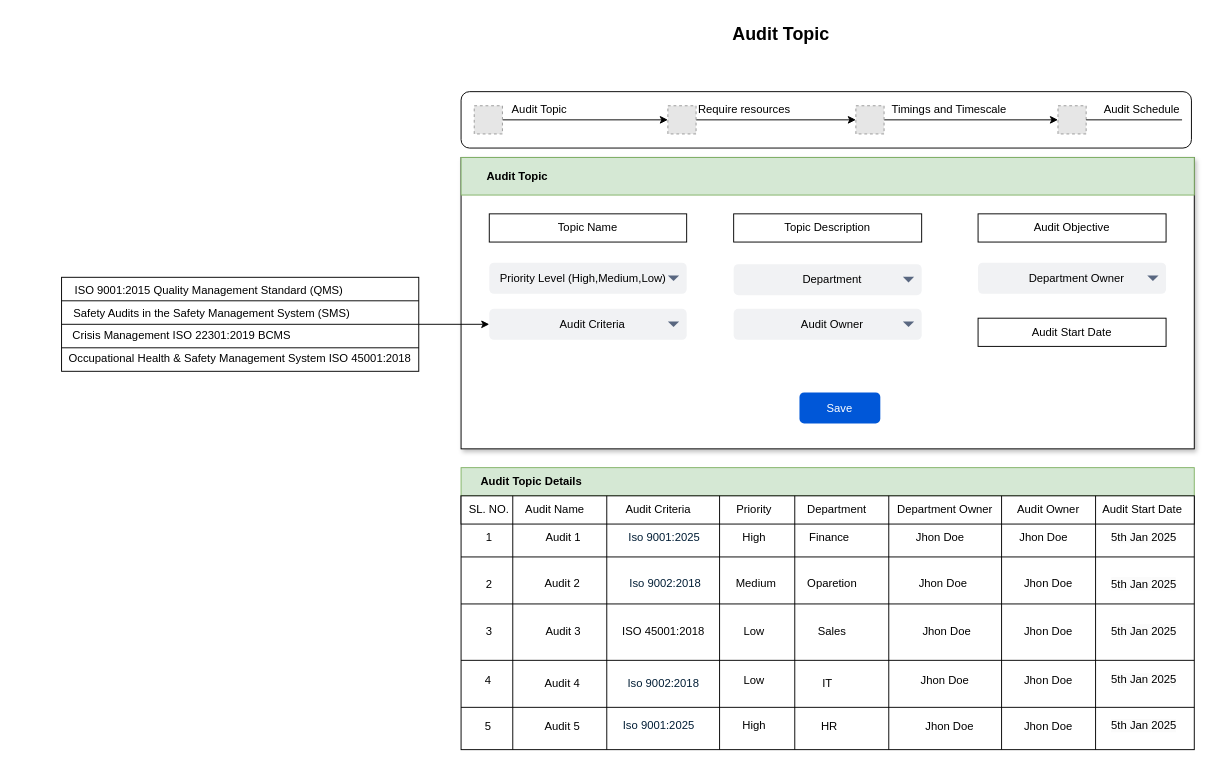
Before: page "Audit Topic" (3 of 8) of Audit Screeen.drawio in AvikM1996/draw.io, a draw.io diagram. Source tidied: cells renumbered, new cells numbered last; positions are measured from the earlier drawing's top-left corner, leaving out a move shared by most shapes. Both pictures are drawn from the tidied source at 94%, with x=0, y=0 at pixel (16, 16). Pictures stored in the file or linked from it are replaced by grey dashed boxes.
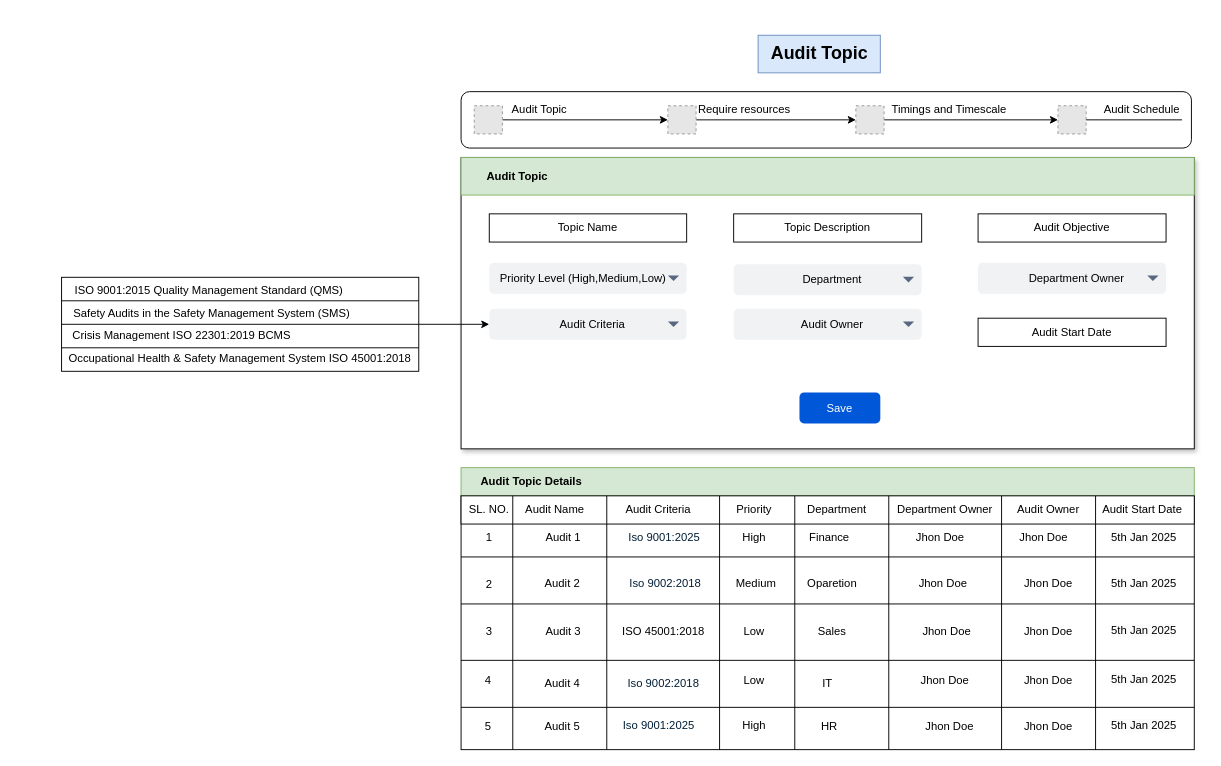
Above is the later version.

What changed in the source:
```diff
@@
-    <mxCell id="9" value="&lt;font style=&quot;font-size: 19px;&quot;&gt;&lt;b&gt;Audit Topic&lt;/b&gt;&lt;/font&gt;" style="text;html=1;align=center;verticalAlign=middle;strokeColor=none;fillColor=none;" parent="1" vertex="1">
-      <mxGeometry x="748" width="130" height="40" as="geometry" />
+    <mxCell id="9" value="&lt;font style=&quot;font-size: 19px;&quot;&gt;&lt;b&gt;Audit Topic&lt;/b&gt;&lt;/font&gt;" style="text;html=1;align=center;verticalAlign=middle;strokeColor=#6c8ebf;fillColor=#dae8fc;" parent="1" vertex="1">
+      <mxGeometry x="789" y="20" width="130" height="40" as="geometry" />
     </mxCell>
```
